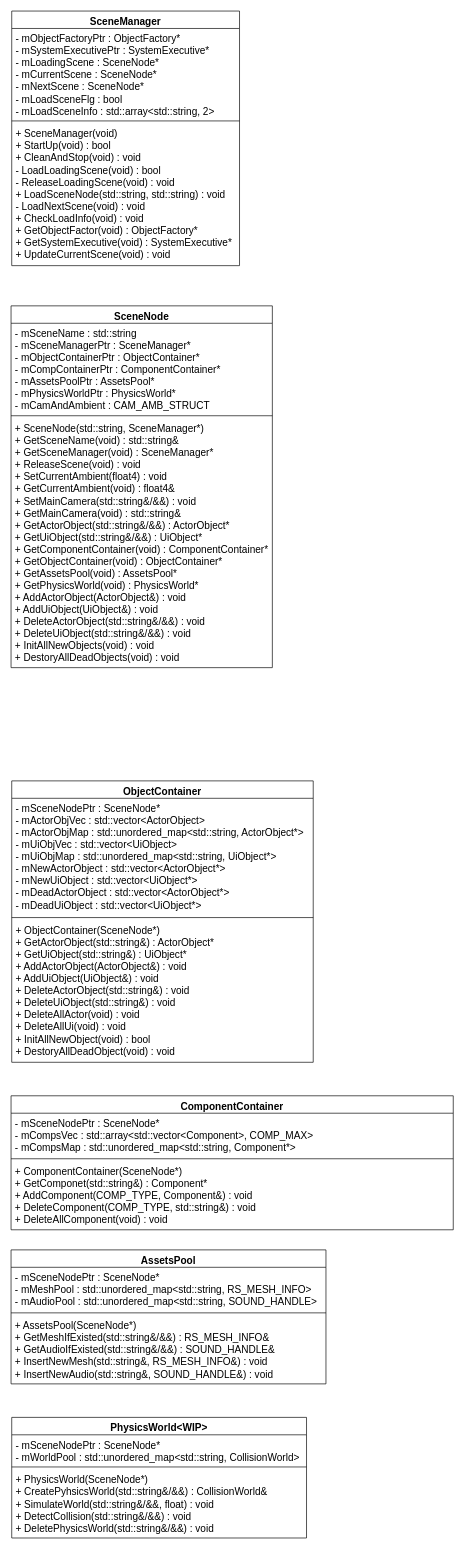
The draw.io diagram page "Scene" (4 of 9) of HycFrame3D.drawio in HIBICUS-CAI/HycFrame3D, before the edit. Source tidied: cells renumbered, new cells numbered last; positions are measured from the earlier drawing's top-left corner, leaving out a move shared by most shapes. Both pictures are drawn from the tidied source at 67%, with x=0, y=0 at pixel (11, 11).
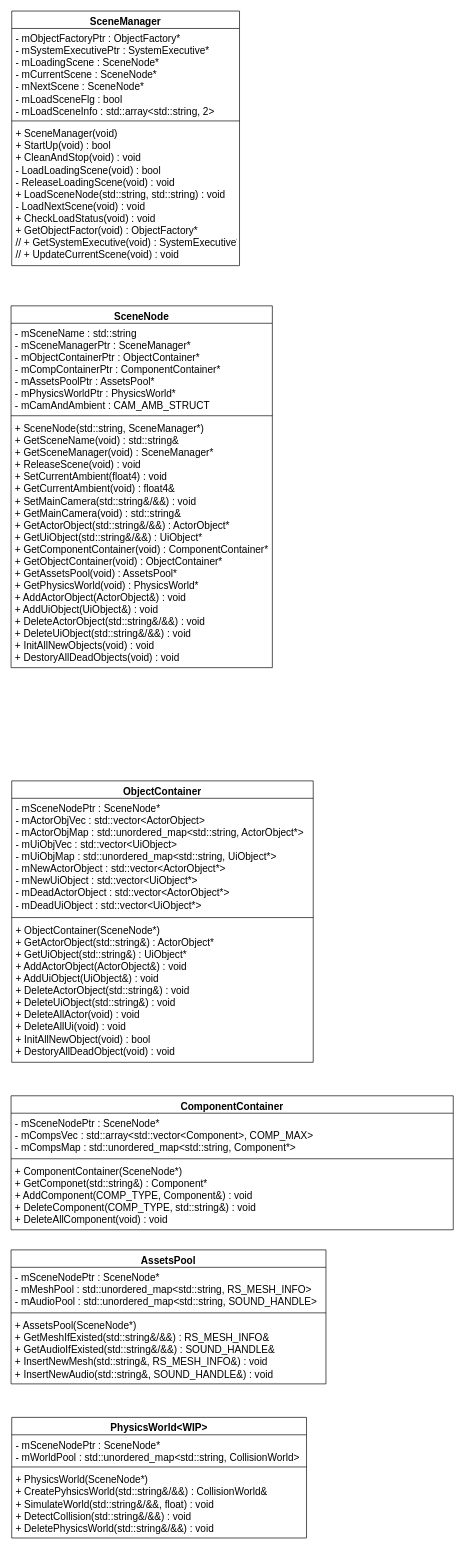
The same page after the edit.

The change refers to these unchanged cells:
```xml
<mxCell id="2" value="SceneManager" style="swimlane;fontStyle=1;align=center;verticalAlign=top;horizontal=1;startSize=26;fontSize=15;" parent="1" vertex="1">
  <mxGeometry x="1" width="340" height="380" as="geometry" />
</mxCell>
```

The edit, as a diff of the source:
```diff
@@
-    <mxCell id="5" value="+ SceneManager(void)&#10;+ StartUp(void) : bool&#10;+ CleanAndStop(void) : void&#10;- LoadLoadingScene(void) : bool&#10;- ReleaseLoadingScene(void) : void&#10;+ LoadSceneNode(std::string, std::string) : void&#10;- LoadNextScene(void) : void&#10;+ CheckLoadInfo(void) : void&#10;+ GetObjectFactor(void) : ObjectFactory*&#10;+ GetSystemExecutive(void) : SystemExecutive*&#10;+ UpdateCurrentScene(void) : void" style="text;strokeColor=none;fillColor=none;align=left;verticalAlign=top;spacingLeft=4;spacingRight=4;overflow=hidden;fontSize=15;" parent="2" vertex="1">
+    <mxCell id="5" value="+ SceneManager(void)&#10;+ StartUp(void) : bool&#10;+ CleanAndStop(void) : void&#10;- LoadLoadingScene(void) : bool&#10;- ReleaseLoadingScene(void) : void&#10;+ LoadSceneNode(std::string, std::string) : void&#10;- LoadNextScene(void) : void&#10;+ CheckLoadStatus(void) : void&#10;+ GetObjectFactor(void) : ObjectFactory*&#10;// + GetSystemExecutive(void) : SystemExecutive*&#10;// + UpdateCurrentScene(void) : void" style="text;strokeColor=none;fillColor=none;align=left;verticalAlign=top;spacingLeft=4;spacingRight=4;overflow=hidden;fontSize=15;" parent="2" vertex="1">
       <mxGeometry y="168" width="340" height="212" as="geometry" />
     </mxCell>
```
